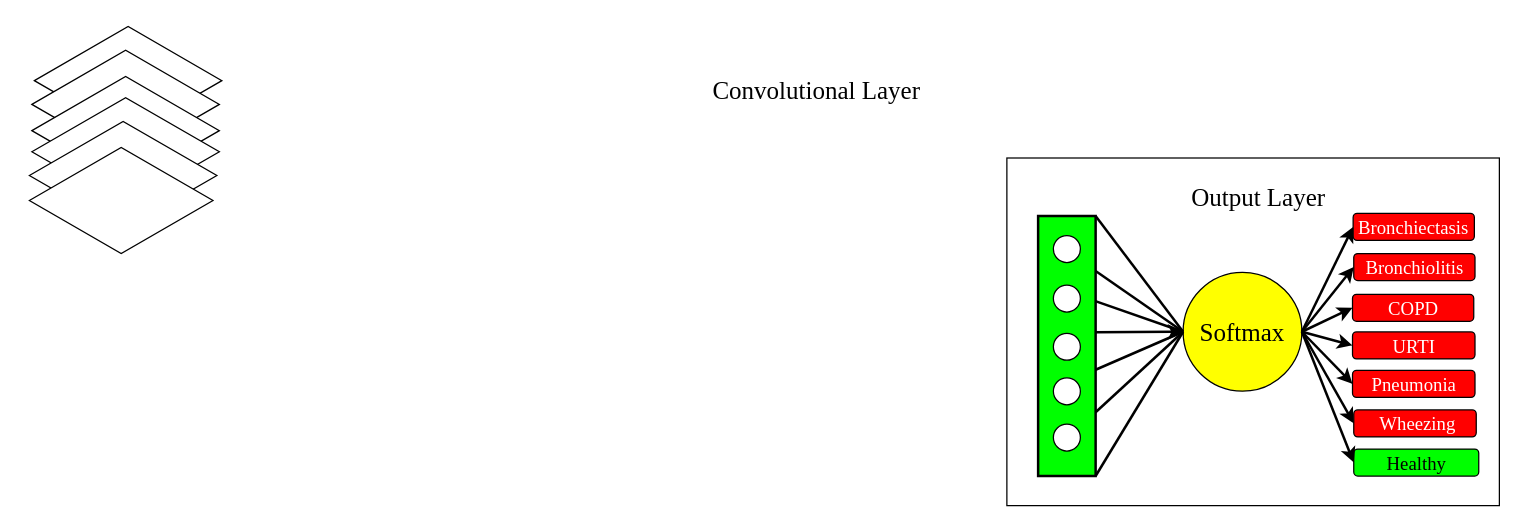
Before: FYP - GRU.drawio in a3X3k/-Random-, a draw.io diagram. Source tidied: cells renumbered, new cells numbered last; positions are measured from the earlier drawing's top-left corner, leaving out a move shared by most shapes. Both pictures are drawn from the tidied source at 125%, with x=0, y=0 at pixel (29, 24).
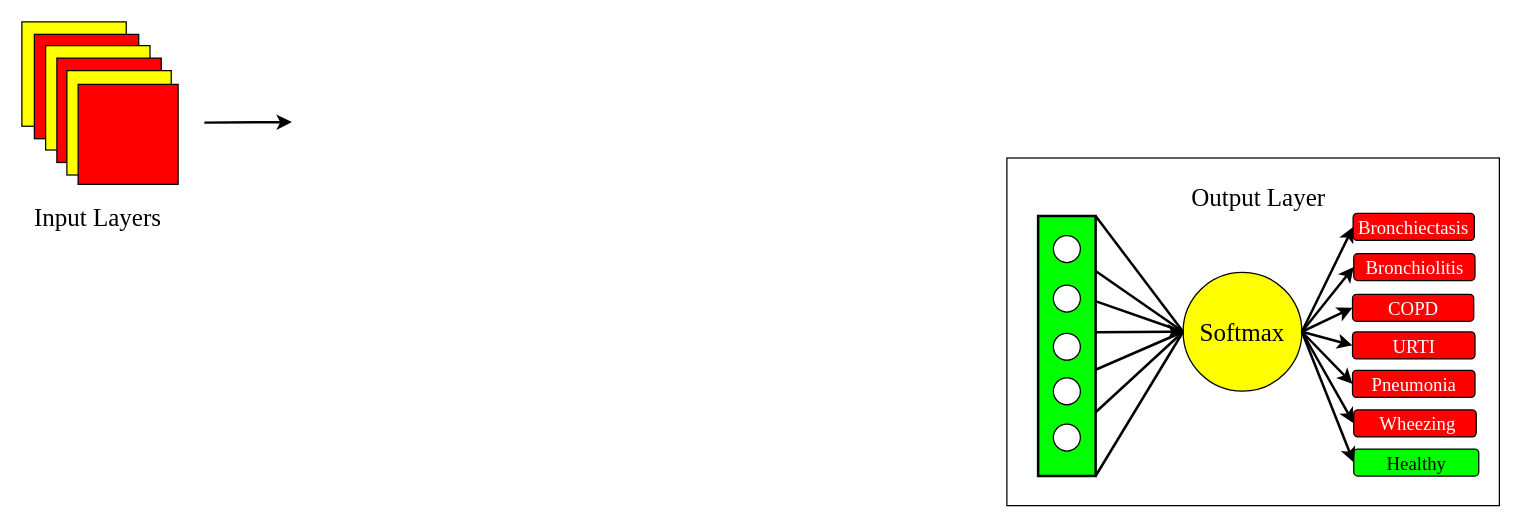
The same page after the edit.

The edit, as a diff of the source:
```diff
@@
+    <mxCell id="39" style="whiteSpace=wrap;html=1;fillColor=#FFFF00;shadow=0;strokeColor=#000000;rounded=0;sketch=0;glass=0;strokeWidth=1;fillStyle=auto;perimeterSpacing=0;fontSize=20;" parent="1" vertex="1">
+      <mxGeometry x="-6" y="-2" width="83.5" height="83.5" as="geometry" />
+    </mxCell>
+    <mxCell id="40" style="whiteSpace=wrap;html=1;fillColor=#FF0000;shadow=0;strokeColor=#000000;rounded=0;sketch=0;glass=0;strokeWidth=1;fillStyle=auto;perimeterSpacing=0;fontSize=20;" parent="1" vertex="1">
+      <mxGeometry x="4" y="8" width="83.5" height="83.5" as="geometry" />
+    </mxCell>
+    <mxCell id="41" style="whiteSpace=wrap;html=1;fillColor=#FFFF00;shadow=0;strokeColor=#000000;rounded=0;sketch=0;glass=0;strokeWidth=1;fillStyle=auto;perimeterSpacing=0;fontSize=20;" parent="1" vertex="1">
+      <mxGeometry x="13" y="17" width="83.5" height="83.5" as="geometry" />
+    </mxCell>
+    <mxCell id="42" style="whiteSpace=wrap;html=1;fillColor=#FF0000;shadow=0;strokeColor=#000000;rounded=0;sketch=0;glass=0;strokeWidth=1;fillStyle=auto;perimeterSpacing=0;fontSize=20;" parent="1" vertex="1">
+      <mxGeometry x="22" y="27" width="83.5" height="83.5" as="geometry" />
+    </mxCell>
+    <mxCell id="43" style="whiteSpace=wrap;html=1;fillColor=#FFFF00;shadow=0;strokeColor=#000000;rounded=0;sketch=0;glass=0;strokeWidth=1;fillStyle=auto;perimeterSpacing=0;fontSize=20;" parent="1" vertex="1">
+      <mxGeometry x="30" y="37" width="83.5" height="83.5" as="geometry" />
+    </mxCell>
+    <mxCell id="44" style="whiteSpace=wrap;html=1;fillColor=#FF0000;shadow=0;strokeColor=#000000;rounded=0;sketch=0;glass=0;strokeWidth=1;fillStyle=auto;perimeterSpacing=0;fontSize=20;flipH=0;flipV=1;rotation=0;" parent="1" vertex="1">
+      <mxGeometry x="39" y="48" width="80" height="80" as="geometry" />
+    </mxCell>
@@
-    <mxCell id="5" value="Convolutional Layer" style="text;html=1;strokeColor=none;fillColor=none;align=center;verticalAlign=middle;whiteSpace=wrap;rounded=0;shadow=0;glass=0;sketch=0;fillStyle=auto;strokeWidth=1;fontFamily=Times New Roman;fontSize=20;" parent="1" vertex="1">
-      <mxGeometry x="545" y="37" width="170" height="30" as="geometry" />
+    <mxCell id="5" value="Input Layers" style="text;html=1;strokeColor=none;fillColor=none;align=center;verticalAlign=middle;whiteSpace=wrap;rounded=0;shadow=0;glass=0;sketch=0;fillStyle=auto;strokeWidth=1;fontFamily=Times New Roman;fontSize=20;" parent="1" vertex="1">
+      <mxGeometry x="-0.4" y="138.9" width="110.2" height="30" as="geometry" />
     </mxCell>
@@
-    <mxCell id="33" style="html=1;whiteSpace=wrap;shape=isoRectangle;" parent="1" vertex="1">
-      <mxGeometry x="4" width="150" height="90" as="geometry" />
-    </mxCell>
-    <mxCell id="34" style="html=1;whiteSpace=wrap;shape=isoRectangle;" parent="1" vertex="1">
-      <mxGeometry x="2" y="19" width="150" height="90" as="geometry" />
-    </mxCell>
-    <mxCell id="35" style="html=1;whiteSpace=wrap;shape=isoRectangle;" parent="1" vertex="1">
-      <mxGeometry x="2" y="40" width="150" height="90" as="geometry" />
-    </mxCell>
-    <mxCell id="36" style="html=1;whiteSpace=wrap;shape=isoRectangle;" parent="1" vertex="1">
-      <mxGeometry x="2" y="56.9" width="150" height="90" as="geometry" />
-    </mxCell>
-    <mxCell id="37" style="html=1;whiteSpace=wrap;shape=isoRectangle;" parent="1" vertex="1">
-      <mxGeometry y="75.9" width="150" height="90" as="geometry" />
-    </mxCell>
-    <mxCell id="38" style="html=1;whiteSpace=wrap;shape=isoRectangle;" parent="1" vertex="1">
-      <mxGeometry y="96.9" width="146.9" height="88.1" as="geometry" />
-    </mxCell>
+    <mxCell id="45" style="endArrow=classic;html=1;rounded=0;strokeWidth=2;fontFamily=Times New Roman;fontSize=20;entryX=0;entryY=0.5;entryDx=0;entryDy=0;" parent="1" edge="1">
+      <mxGeometry relative="1" as="geometry">
+        <mxPoint x="140" y="78.6" as="sourcePoint" />
+        <mxPoint x="210" y="78.2" as="targetPoint" />
+      </mxGeometry>
+    </mxCell>
```
